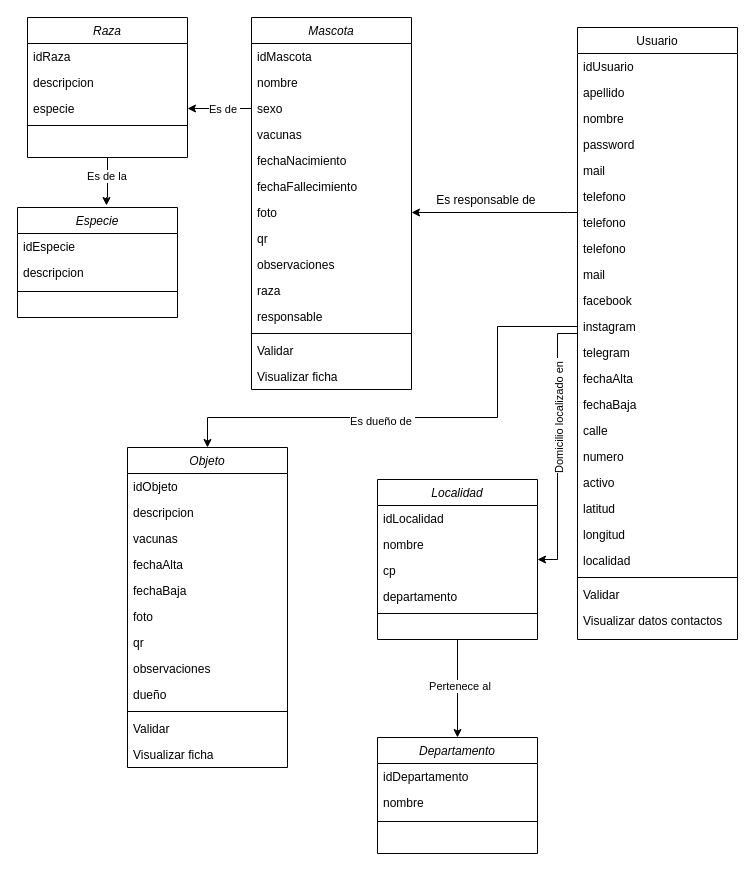
The draw.io diagram Untitled Diagram.drawio in nmaraz15/trabajoFinalSice, before the edit. Source tidied: cells renumbered, new cells numbered last; positions are measured from the earlier drawing's top-left corner, leaving out a move shared by most shapes. Both pictures are drawn from the tidied source at 100%, with x=0, y=0 at pixel (17, 17).
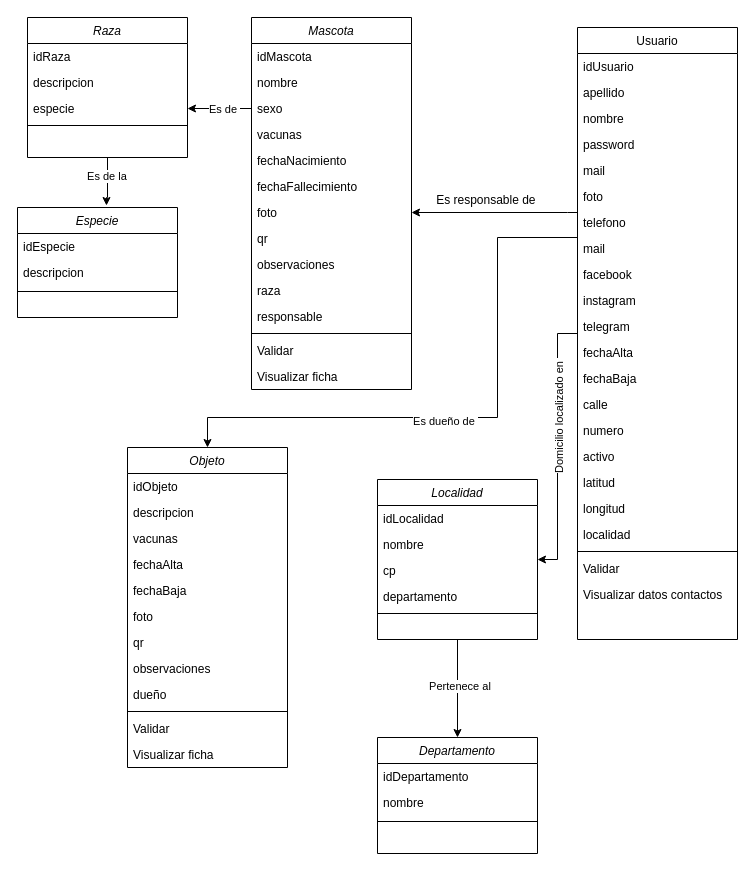
The same page after the edit.

The change refers to these unchanged cells:
```xml
<mxCell id="19" value="Usuario" style="swimlane;fontStyle=0;align=center;verticalAlign=top;horizontal=1;startSize=26;rounded=0;shadow=0;strokeWidth=1;" parent="1" vertex="1">
  <mxGeometry x="560" y="10" width="160" height="612" as="geometry" />
</mxCell>
<mxCell id="70" value="Objeto" style="swimlane;fontStyle=2;align=center;verticalAlign=top;horizontal=1;startSize=26;rounded=0;shadow=0;strokeWidth=1;" parent="1" vertex="1">
  <mxGeometry x="110" y="430" width="160" height="320" as="geometry" />
</mxCell>
```

The edit, as a diff of the source:
```diff
@@
-    <mxCell id="25" value="telefono" style="text;align=left;verticalAlign=top;spacingLeft=4;spacingRight=4;overflow=hidden;rounded=0;shadow=0;html=0;" parent="19" vertex="1">
+    <mxCell id="25" value="foto" style="text;align=left;verticalAlign=top;spacingLeft=4;spacingRight=4;overflow=hidden;rounded=0;shadow=0;html=0;" parent="19" vertex="1">
       <mxGeometry y="156" width="160" height="26" as="geometry" />
     </mxCell>
@@
-    <mxCell id="27" value="telefono" style="text;align=left;verticalAlign=top;spacingLeft=4;spacingRight=4;overflow=hidden;rounded=0;shadow=0;html=0;" parent="19" vertex="1">
-      <mxGeometry y="208" width="160" height="26" as="geometry" />
-    </mxCell>
     <mxCell id="28" value="mail" style="text;align=left;verticalAlign=top;spacingLeft=4;spacingRight=4;overflow=hidden;rounded=0;shadow=0;html=0;" parent="19" vertex="1">
-      <mxGeometry y="234" width="160" height="26" as="geometry" />
+      <mxGeometry y="208" width="160" height="26" as="geometry" />
     </mxCell>
     <mxCell id="29" value="facebook" style="text;align=left;verticalAlign=top;spacingLeft=4;spacingRight=4;overflow=hidden;rounded=0;shadow=0;html=0;" parent="19" vertex="1">
-      <mxGeometry y="260" width="160" height="26" as="geometry" />
+      <mxGeometry y="234" width="160" height="26" as="geometry" />
     </mxCell>
     <mxCell id="30" value="instagram" style="text;align=left;verticalAlign=top;spacingLeft=4;spacingRight=4;overflow=hidden;points=[[0,0.5],[1,0.5]];portConstraint=eastwest;rounded=0;shadow=0;html=0;" parent="19" vertex="1">
-      <mxGeometry y="286" width="160" height="26" as="geometry" />
+      <mxGeometry y="260" width="160" height="26" as="geometry" />
     </mxCell>
     <mxCell id="31" value="telegram" style="text;align=left;verticalAlign=top;spacingLeft=4;spacingRight=4;overflow=hidden;rounded=0;shadow=0;html=0;" parent="19" vertex="1">
-      <mxGeometry y="312" width="160" height="26" as="geometry" />
+      <mxGeometry y="286" width="160" height="26" as="geometry" />
     </mxCell>
     <mxCell id="32" value="fechaAlta" style="text;align=left;verticalAlign=top;spacingLeft=4;spacingRight=4;overflow=hidden;rounded=0;shadow=0;html=0;" parent="19" vertex="1">
-      <mxGeometry y="338" width="160" height="26" as="geometry" />
+      <mxGeometry y="312" width="160" height="26" as="geometry" />
     </mxCell>
     <mxCell id="33" value="fechaBaja" style="text;align=left;verticalAlign=top;spacingLeft=4;spacingRight=4;overflow=hidden;rounded=0;shadow=0;html=0;" parent="19" vertex="1">
-      <mxGeometry y="364" width="160" height="26" as="geometry" />
+      <mxGeometry y="338" width="160" height="26" as="geometry" />
     </mxCell>
     <mxCell id="34" value="calle" style="text;align=left;verticalAlign=top;spacingLeft=4;spacingRight=4;overflow=hidden;rounded=0;shadow=0;html=0;" parent="19" vertex="1">
-      <mxGeometry y="390" width="160" height="26" as="geometry" />
+      <mxGeometry y="364" width="160" height="26" as="geometry" />
     </mxCell>
     <mxCell id="35" value="numero" style="text;align=left;verticalAlign=top;spacingLeft=4;spacingRight=4;overflow=hidden;rounded=0;shadow=0;html=0;" parent="19" vertex="1">
-      <mxGeometry y="416" width="160" height="26" as="geometry" />
+      <mxGeometry y="390" width="160" height="26" as="geometry" />
     </mxCell>
     <mxCell id="36" value="activo" style="text;align=left;verticalAlign=top;spacingLeft=4;spacingRight=4;overflow=hidden;rounded=0;shadow=0;html=0;" parent="19" vertex="1">
-      <mxGeometry y="442" width="160" height="26" as="geometry" />
+      <mxGeometry y="416" width="160" height="26" as="geometry" />
     </mxCell>
     <mxCell id="37" value="latitud" style="text;align=left;verticalAlign=top;spacingLeft=4;spacingRight=4;overflow=hidden;rounded=0;shadow=0;html=0;" parent="19" vertex="1">
-      <mxGeometry y="468" width="160" height="26" as="geometry" />
+      <mxGeometry y="442" width="160" height="26" as="geometry" />
     </mxCell>
     <mxCell id="38" value="longitud" style="text;align=left;verticalAlign=top;spacingLeft=4;spacingRight=4;overflow=hidden;rounded=0;shadow=0;html=0;" parent="19" vertex="1">
-      <mxGeometry y="494" width="160" height="26" as="geometry" />
+      <mxGeometry y="468" width="160" height="26" as="geometry" />
     </mxCell>
     <mxCell id="39" value="localidad" style="text;align=left;verticalAlign=top;spacingLeft=4;spacingRight=4;overflow=hidden;rounded=0;shadow=0;html=0;" parent="19" vertex="1">
-      <mxGeometry y="520" width="160" height="26" as="geometry" />
+      <mxGeometry y="494" width="160" height="26" as="geometry" />
     </mxCell>
     <mxCell id="40" style="line;html=1;strokeWidth=1;align=left;verticalAlign=middle;spacingTop=-1;spacingLeft=3;spacingRight=3;labelPosition=right;" parent="19" vertex="1">
-      <mxGeometry y="546" width="160" height="8" as="geometry" />
+      <mxGeometry y="520" width="160" height="8" as="geometry" />
     </mxCell>
     <mxCell id="41" value="Validar" style="text;align=left;verticalAlign=top;spacingLeft=4;spacingRight=4;overflow=hidden;" parent="19" vertex="1">
-      <mxGeometry y="554" width="160" height="26" as="geometry" />
+      <mxGeometry y="528" width="160" height="26" as="geometry" />
     </mxCell>
     <mxCell id="42" value="Visualizar datos contactos" style="text;align=left;verticalAlign=top;spacingLeft=4;spacingRight=4;overflow=hidden;" parent="19" vertex="1">
-      <mxGeometry y="580" width="160" height="32" as="geometry" />
+      <mxGeometry y="554" width="160" height="32" as="geometry" />
     </mxCell>
@@
-    <mxCell id="83" style="edgeStyle=orthogonalEdgeStyle;rounded=0;jettySize=auto;html=1;" parent="1" edge="1" source="30" target="70">
+    <mxCell id="83" style="edgeStyle=orthogonalEdgeStyle;rounded=0;jettySize=auto;html=1;exitX=0;exitY=0.5;exitDx=0;exitDy=0;" parent="1" edge="1" source="30" target="70">
       <mxGeometry relative="1" as="geometry">
         <Array as="points">
-          <mxPoint x="480" y="309" />
+          <mxPoint x="560" y="220" />
+          <mxPoint x="480" y="220" />
           <mxPoint x="480" y="400" />
           <mxPoint x="190" y="400" />
         </Array>
       </mxGeometry>
     </mxCell>
```
